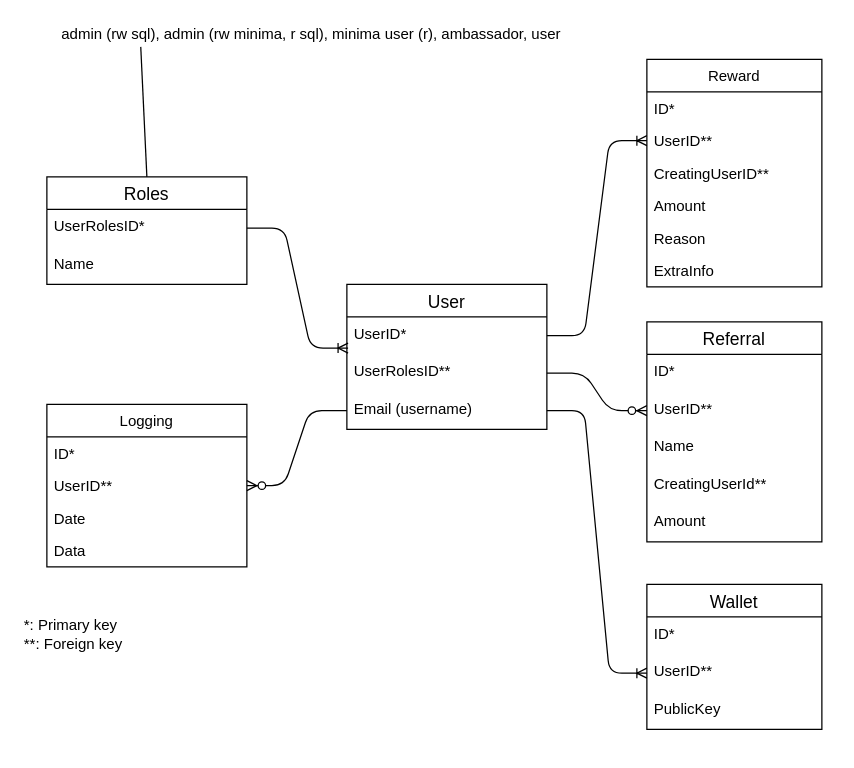
Earlier version of the draw.io diagram docs/images/dbase.drawio (minima-global/incentivecash). Source tidied: cells renumbered, new cells numbered last; positions are measured from the earlier drawing's top-left corner, leaving out a move shared by most shapes. Both pictures are drawn from the tidied source at 125%, with x=0, y=0 at pixel (21, 21).
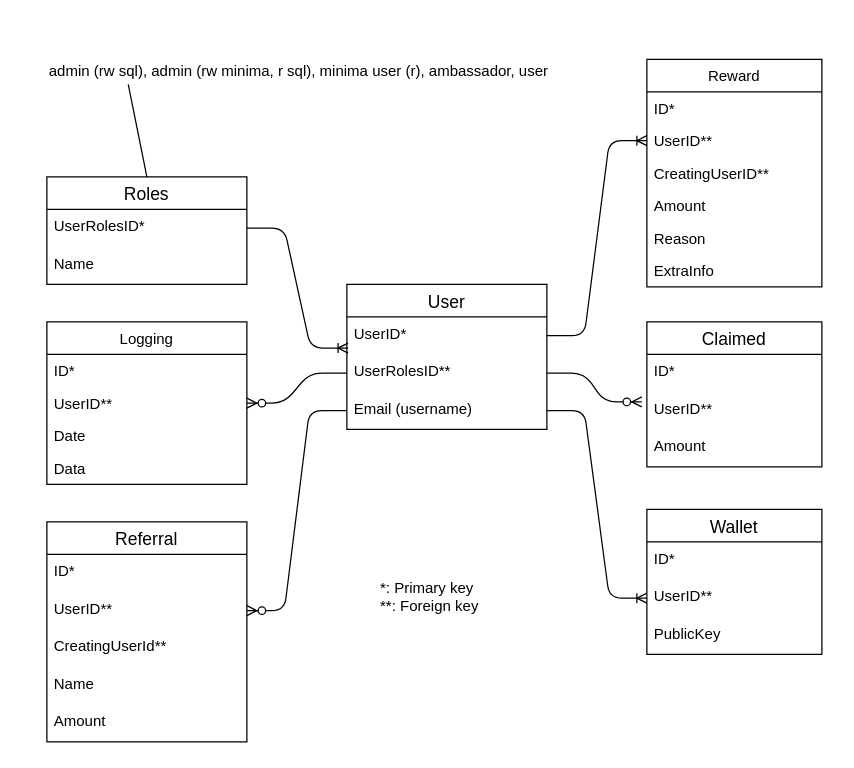
Above is the later version.

Commit message (it also covers changes not shown here):
dbase design

Unchanged cells that the change refers to:
```xml
<mxCell id="4" value="UserRolesID**" style="text;strokeColor=none;fillColor=none;spacingLeft=4;spacingRight=4;overflow=hidden;points=[[0,0.5],[1,0.5]];portConstraint=eastwest;fontSize=12;" parent="2" vertex="1">
  <mxGeometry y="56" width="160" height="30" as="geometry" />
</mxCell>
<mxCell id="5" value="Email (username)" style="text;strokeColor=none;fillColor=none;spacingLeft=4;spacingRight=4;overflow=hidden;points=[[0,0.5],[1,0.5]];portConstraint=eastwest;fontSize=12;" parent="2" vertex="1">
  <mxGeometry y="86" width="160" height="30" as="geometry" />
</mxCell>
<mxCell id="18" value="UserID**" style="text;strokeColor=none;fillColor=none;align=left;verticalAlign=top;spacingLeft=4;spacingRight=4;overflow=hidden;points=[[0,0.5],[1,0.5]];portConstraint=eastwest;" parent="16" vertex="1">
  <mxGeometry y="52" width="160" height="26" as="geometry" />
</mxCell>
```

Diff of the diagram source:
```diff
@@
     <mxCell id="16" value="Logging" style="swimlane;fontStyle=0;horizontal=1;startSize=26;fillColor=none;" parent="1" vertex="1">
-      <mxGeometry x="20" y="306" width="160" height="130" as="geometry" />
+      <mxGeometry x="20" y="240" width="160" height="130" as="geometry" />
     </mxCell>
@@
-    <mxCell id="21" style="edgeStyle=entityRelationEdgeStyle;fontSize=12;html=1;endArrow=ERzeroToMany;endFill=1;entryX=1;entryY=0.5;entryDx=0;entryDy=0;exitX=0;exitY=0.5;exitDx=0;exitDy=0;" parent="1" edge="1" source="5" target="18">
+    <mxCell id="21" style="edgeStyle=entityRelationEdgeStyle;fontSize=12;html=1;endArrow=ERzeroToMany;endFill=1;entryX=1;entryY=0.5;entryDx=0;entryDy=0;exitX=0;exitY=0.5;exitDx=0;exitDy=0;" parent="1" edge="1" source="4" target="18">
       <mxGeometry relative="1" as="geometry" />
     </mxCell>
     <mxCell id="22" value="admin (rw sql), admin (rw minima, r sql), minima user (r), ambassador, user&amp;nbsp;" style="text;html=1;align=left;verticalAlign=middle;points=[];" parent="1" vertex="1">
-      <mxGeometry x="30" width="420" height="20" as="geometry" />
+      <mxGeometry x="20" y="30" width="420" height="20" as="geometry" />
     </mxCell>
     <mxCell id="23" value="Referral" style="swimlane;fontStyle=0;horizontal=1;startSize=26;align=center;fontSize=14;" parent="1" vertex="1">
-      <mxGeometry x="500" y="240" width="140" height="176" as="geometry" />
+      <mxGeometry x="20" y="400" width="160" height="176" as="geometry" />
     </mxCell>
     <mxCell id="24" value="ID*" style="text;strokeColor=none;fillColor=none;spacingLeft=4;spacingRight=4;overflow=hidden;fontSize=12;" parent="23" vertex="1">
-      <mxGeometry y="26" width="140" height="30" as="geometry" />
+      <mxGeometry y="26" width="160" height="30" as="geometry" />
     </mxCell>
     <mxCell id="25" value="UserID**" style="text;strokeColor=none;fillColor=none;spacingLeft=4;spacingRight=4;overflow=hidden;points=[[0,0.5],[1,0.5]];portConstraint=eastwest;fontSize=12;" parent="23" vertex="1">
-      <mxGeometry y="56" width="140" height="30" as="geometry" />
+      <mxGeometry y="56" width="160" height="30" as="geometry" />
     </mxCell>
+    <mxCell id="27" value="CreatingUserId**" style="text;strokeColor=none;fillColor=none;spacingLeft=4;spacingRight=4;overflow=hidden;fontSize=12;" parent="23" vertex="1">
+      <mxGeometry y="86" width="160" height="30" as="geometry" />
+    </mxCell>
     <mxCell id="26" value="Name" style="text;strokeColor=none;fillColor=none;spacingLeft=4;spacingRight=4;overflow=hidden;fontSize=12;" parent="23" vertex="1">
-      <mxGeometry y="86" width="140" height="30" as="geometry" />
+      <mxGeometry y="116" width="160" height="30" as="geometry" />
     </mxCell>
-    <mxCell id="27" value="CreatingUserId**" style="text;strokeColor=none;fillColor=none;spacingLeft=4;spacingRight=4;overflow=hidden;fontSize=12;" parent="23" vertex="1">
-      <mxGeometry y="116" width="140" height="30" as="geometry" />
-    </mxCell>
     <mxCell id="28" value="Amount" style="text;strokeColor=none;fillColor=none;spacingLeft=4;spacingRight=4;overflow=hidden;fontSize=12;" parent="23" vertex="1">
-      <mxGeometry y="146" width="140" height="30" as="geometry" />
+      <mxGeometry y="146" width="160" height="30" as="geometry" />
     </mxCell>
-    <mxCell id="29" style="edgeStyle=entityRelationEdgeStyle;fontSize=12;html=1;endArrow=ERzeroToMany;endFill=1;entryX=0;entryY=0.5;entryDx=0;entryDy=0;exitX=1;exitY=0.5;exitDx=0;exitDy=0;" parent="1" edge="1" source="4" target="25">
+    <mxCell id="29" style="edgeStyle=entityRelationEdgeStyle;fontSize=12;html=1;endArrow=ERzeroToMany;endFill=1;entryX=1;entryY=0.5;entryDx=0;entryDy=0;exitX=0;exitY=0.5;exitDx=0;exitDy=0;" parent="1" edge="1" source="5" target="25">
       <mxGeometry relative="1" as="geometry" />
     </mxCell>
@@
     <mxCell id="33" value="*: Primary key&lt;br&gt;**: Foreign key" style="text;html=1;strokeColor=none;fillColor=none;align=left;verticalAlign=middle;whiteSpace=wrap;rounded=0;" parent="1" vertex="1">
-      <mxGeometry y="480" width="110" height="20" as="geometry" />
+      <mxGeometry x="285" y="450" width="110" height="20" as="geometry" />
     </mxCell>
     <mxCell id="34" value="Wallet" style="swimlane;fontStyle=0;horizontal=1;startSize=26;align=center;fontSize=14;" parent="1" vertex="1">
-      <mxGeometry x="500" y="450" width="140" height="116" as="geometry" />
+      <mxGeometry x="500" y="390" width="140" height="116" as="geometry" />
     </mxCell>
@@
+    <mxCell id="40" value="Claimed" style="swimlane;fontStyle=0;horizontal=1;startSize=26;align=center;fontSize=14;" parent="1" vertex="1">
+      <mxGeometry x="500" y="240" width="140" height="116" as="geometry" />
+    </mxCell>
+    <mxCell id="41" value="ID*" style="text;strokeColor=none;fillColor=none;spacingLeft=4;spacingRight=4;overflow=hidden;fontSize=12;" parent="40" vertex="1">
+      <mxGeometry y="26" width="140" height="30" as="geometry" />
+    </mxCell>
+    <mxCell id="42" value="UserID**" style="text;strokeColor=none;fillColor=none;spacingLeft=4;spacingRight=4;overflow=hidden;points=[[0,0.5],[1,0.5]];portConstraint=eastwest;fontSize=12;" parent="40" vertex="1">
+      <mxGeometry y="56" width="140" height="30" as="geometry" />
+    </mxCell>
+    <mxCell id="43" value="Amount" style="text;strokeColor=none;fillColor=none;spacingLeft=4;spacingRight=4;overflow=hidden;fontSize=12;" parent="40" vertex="1">
+      <mxGeometry y="86" width="140" height="30" as="geometry" />
+    </mxCell>
+    <mxCell id="44" style="edgeStyle=entityRelationEdgeStyle;fontSize=12;html=1;endArrow=ERzeroToMany;endFill=1;entryX=-0.029;entryY=0.267;entryDx=0;entryDy=0;entryPerimeter=0;exitX=1;exitY=0.5;exitDx=0;exitDy=0;" parent="1" edge="1" source="4" target="42">
+      <mxGeometry relative="1" as="geometry" />
+    </mxCell>
```
